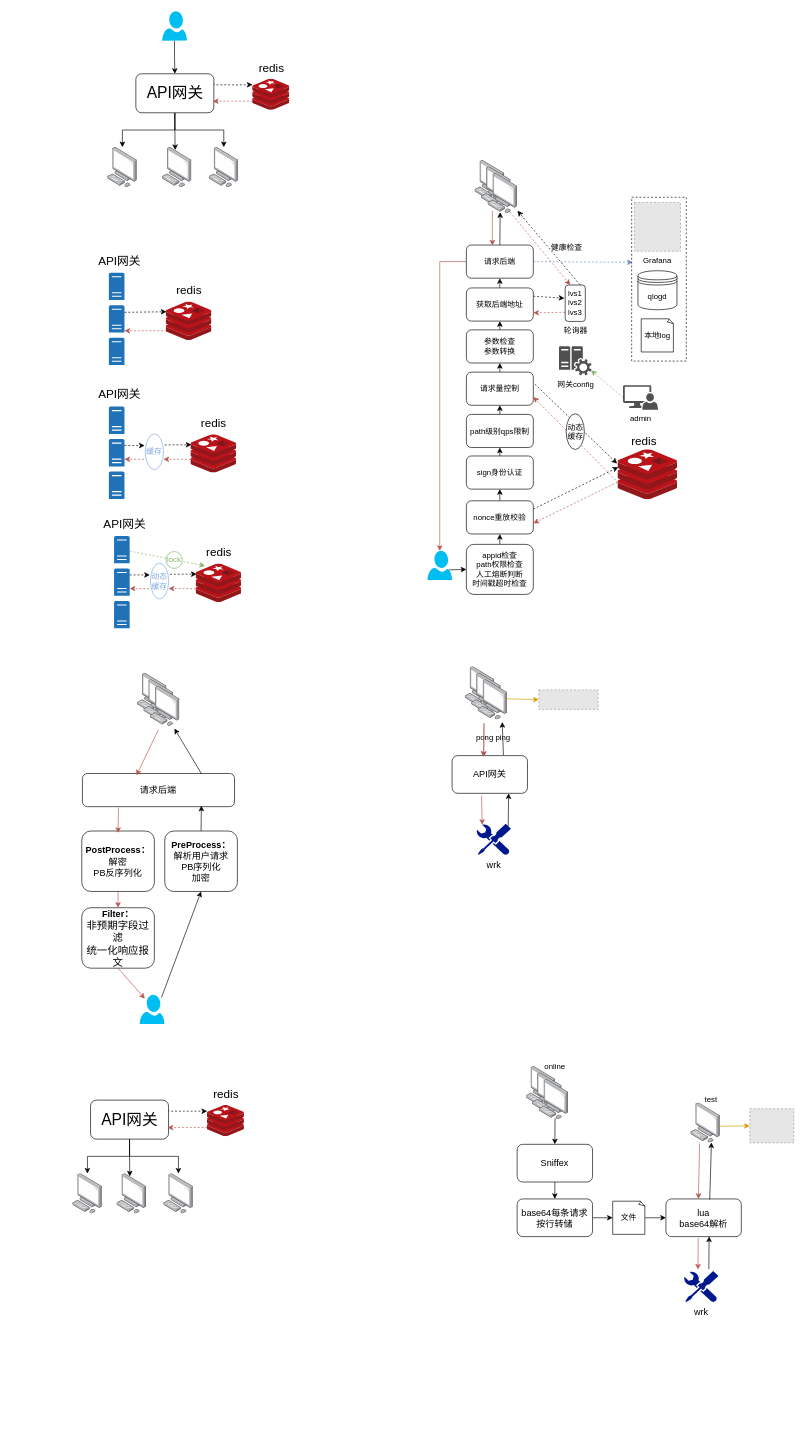
Above: Untitled Diagram.drawio in fanfan520-debug/helloworld (draw.io), before the change. Source tidied: cells renumbered, new cells numbered last; positions are measured from the earlier drawing's top-left corner, leaving out a move shared by most shapes. Both pictures are drawn from the tidied source at 65%, with x=0, y=0 at pixel (72, 11). Pictures stored in the file or linked from it are replaced by grey dashed boxes.
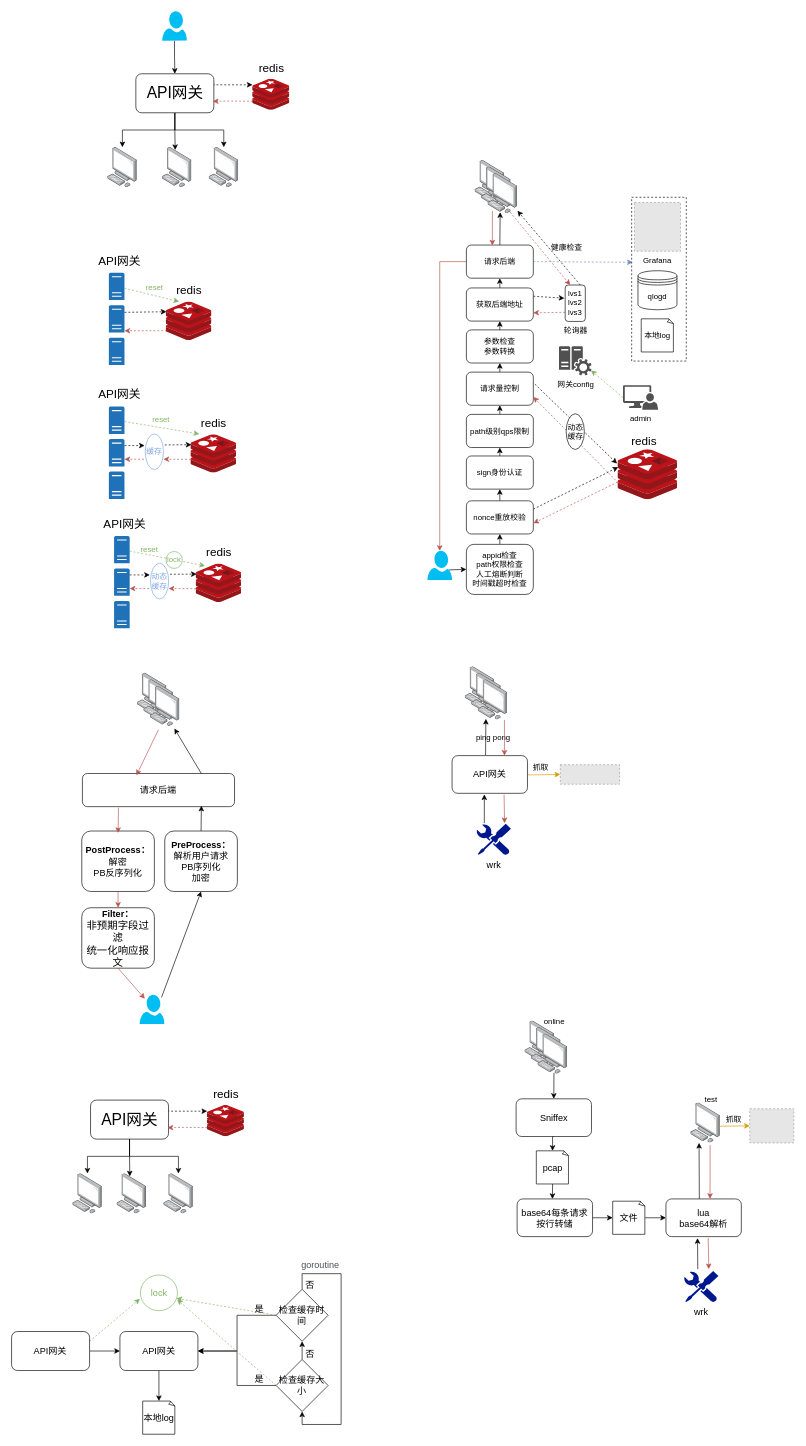
The same page after the edit.

The change refers to these unchanged cells:
```xml
<mxCell id="15" style="shadow=0;dashed=0;html=1;strokeColor=none;labelPosition=center;verticalLabelPosition=bottom;verticalAlign=top;outlineConnect=0;align=center;shape=mxgraph.office.servers.physical_host;fillColor=#2072B8;" parent="1" vertex="1">
  <mxGeometry x="56" y="608" width="24" height="42" as="geometry" />
</mxCell>
<mxCell id="18" style="html=1;points=[];align=center;image;fontSize=12;image=img/lib/mscae/Cache_Redis_Product.svg;" parent="1" vertex="1">
  <mxGeometry x="182" y="651" width="70.2" height="59" as="geometry" />
</mxCell>
<mxCell id="21" style="shadow=0;dashed=0;html=1;strokeColor=none;labelPosition=center;verticalLabelPosition=bottom;verticalAlign=top;outlineConnect=0;align=center;shape=mxgraph.office.servers.physical_host;fillColor=#2072B8;" parent="1" vertex="1">
  <mxGeometry x="56" y="402" width="24" height="42" as="geometry" />
</mxCell>
<mxCell id="24" style="html=1;points=[];align=center;image;fontSize=12;image=img/lib/mscae/Cache_Redis_Product.svg;" parent="1" vertex="1">
  <mxGeometry x="144" y="447" width="70.2" height="59" as="geometry" />
</mxCell>
<mxCell id="124" value="&lt;font style=&quot;font-size: 14px&quot;&gt;API网关&lt;/font&gt;" style="rounded=1;whiteSpace=wrap;html=1;" parent="1" vertex="1">
  <mxGeometry x="584" y="1145" width="116" height="58" as="geometry" />
</mxCell>
<mxCell id="126" value="&lt;font style=&quot;font-size: 14px&quot;&gt;wrk&lt;/font&gt;" style="shadow=0;dashed=0;html=1;strokeColor=none;labelPosition=center;verticalLabelPosition=bottom;verticalAlign=top;align=center;fillColor=#00188D;shape=mxgraph.mscae.enterprise.tool;rounded=0;glass=0;sketch=0;" parent="1" vertex="1">
  <mxGeometry x="621.3" y="1250" width="53.3" height="48" as="geometry" />
</mxCell>
<mxCell id="137" value="&lt;span style=&quot;font-size: 14px&quot;&gt;base64每条请求按行转储&lt;br&gt;&lt;/span&gt;" style="rounded=1;whiteSpace=wrap;html=1;" parent="1" vertex="1">
  <mxGeometry x="684.1" y="1827" width="116" height="58" as="geometry" />
</mxCell>
<mxCell id="140" style="points=[];html=1;align=center;shadow=0;dashed=0;image;image=img/lib/allied_telesis/computer_and_terminals/Personal_Computer.svg;" parent="1" vertex="1">
  <mxGeometry x="951" y="1679" width="45.6" height="61.8" as="geometry" />
</mxCell>
<mxCell id="141" value="&lt;font style=&quot;font-size: 14px&quot;&gt;wrk&lt;/font&gt;" style="shadow=0;dashed=0;html=1;strokeColor=none;labelPosition=center;verticalLabelPosition=bottom;verticalAlign=top;align=center;fillColor=#00188D;shape=mxgraph.mscae.enterprise.tool;rounded=0;glass=0;sketch=0;" parent="1" vertex="1">
  <mxGeometry x="940.5" y="1938" width="53.3" height="48" as="geometry" />
</mxCell>
<mxCell id="142" value="&lt;span style=&quot;font-size: 14px&quot;&gt;lua&lt;br&gt;&lt;/span&gt;&lt;span style=&quot;font-size: 14px&quot;&gt;base64解析&lt;/span&gt;&lt;span style=&quot;font-size: 14px&quot;&gt;&lt;br&gt;&lt;/span&gt;" style="rounded=1;whiteSpace=wrap;html=1;" parent="1" vertex="1">
  <mxGeometry x="913" y="1827" width="116" height="58" as="geometry" />
</mxCell>
```

Change to the diagram source:
```diff
@@
-    <mxCell id="120" value="&lt;br&gt;pong ping" style="points=[];html=1;align=center;shadow=0;dashed=0;image;image=img/lib/allied_telesis/computer_and_terminals/Personal_Computer.svg;" parent="1" vertex="1">
+    <mxCell id="120" value="&lt;br&gt;ping pong" style="points=[];html=1;align=center;shadow=0;dashed=0;image;image=img/lib/allied_telesis/computer_and_terminals/Personal_Computer.svg;" parent="1" vertex="1">
       <mxGeometry x="623.8" y="1028" width="45.6" height="61.8" as="geometry" />
     </mxCell>
-    <mxCell id="121" style="edgeStyle=none;rounded=0;jettySize=auto;html=1;exitX=0.681;exitY=-0.006;exitDx=0;exitDy=0;entryX=0.819;entryY=1.057;entryDx=0;entryDy=0;entryPerimeter=0;exitPerimeter=0;" parent="1" edge="1" source="124" target="120">
+    <mxCell id="121" style="edgeStyle=none;rounded=0;jettySize=auto;html=1;exitX=0.444;exitY=-0.015;exitDx=0;exitDy=0;exitPerimeter=0;entryX=0.268;entryY=0.978;entryDx=0;entryDy=0;entryPerimeter=0;" parent="1" edge="1" source="124" target="120">
       <mxGeometry relative="1" as="geometry" />
     </mxCell>
-    <mxCell id="122" style="rounded=0;jettySize=auto;html=1;entryX=0.418;entryY=0.034;entryDx=0;entryDy=0;fillColor=#f8cecc;strokeColor=#b85450;entryPerimeter=0;exitX=0.206;exitY=1.088;exitDx=0;exitDy=0;exitPerimeter=0;" parent="1" edge="1" source="120" target="124">
-      <mxGeometry relative="1" as="geometry" />
-    </mxCell>
-    <mxCell id="123" style="edgeStyle=none;rounded=0;jettySize=auto;html=1;exitX=0.965;exitY=0.479;exitDx=0;exitDy=0;entryX=0;entryY=0.5;entryDx=0;entryDy=0;fillColor=#ffe6cc;strokeColor=#d79b00;exitPerimeter=0;" parent="1" edge="1" source="120" target="129">
-      <mxGeometry relative="1" as="geometry" />
+    <mxCell id="123" style="edgeStyle=none;rounded=0;jettySize=auto;html=1;exitX=0.965;exitY=0.479;exitDx=0;exitDy=0;entryX=0;entryY=0.5;entryDx=0;entryDy=0;fillColor=#ffe6cc;strokeColor=#d79b00;exitPerimeter=0;" parent="1" edge="1" target="129">
+      <mxGeometry relative="1" as="geometry">
+        <mxPoint x="700" y="1174.7" as="sourcePoint" />
+      </mxGeometry>
     </mxCell>
@@
-    <mxCell id="125" style="edgeStyle=none;rounded=0;jettySize=auto;html=1;exitX=0.92;exitY=0.075;exitDx=0;exitDy=0;exitPerimeter=0;" parent="1" edge="1" source="126">
-      <mxGeometry relative="1" as="geometry">
-        <mxPoint x="671" y="1203" as="targetPoint" />
-      </mxGeometry>
+    <mxCell id="125" style="edgeStyle=none;rounded=0;jettySize=auto;html=1;exitX=0.231;exitY=-0.024;exitDx=0;exitDy=0;exitPerimeter=0;entryX=0.428;entryY=1.028;entryDx=0;entryDy=0;entryPerimeter=0;" parent="1" edge="1" source="126" target="124">
+      <mxGeometry relative="1" as="geometry" />
     </mxCell>
@@
-    <mxCell id="127" style="rounded=0;orthogonalLoop=1;jettySize=auto;html=1;entryX=0.418;entryY=0.034;entryDx=0;entryDy=0;fillColor=#f8cecc;strokeColor=#b85450;entryPerimeter=0;exitX=0.206;exitY=1.088;exitDx=0;exitDy=0;exitPerimeter=0;" parent="1" edge="1">
+    <mxCell id="127" style="rounded=0;jettySize=auto;html=1;entryX=0.418;entryY=0.034;entryDx=0;entryDy=0;fillColor=#f8cecc;strokeColor=#b85450;entryPerimeter=0;exitX=0.894;exitY=1.003;exitDx=0;exitDy=0;exitPerimeter=0;" parent="1" edge="1" source="120">
       <mxGeometry relative="1" as="geometry">
-        <mxPoint x="633.2" y="1095.2" as="sourcePoint" />
-        <mxPoint x="632.5" y="1147" as="targetPoint" />
+        <mxPoint x="664.6" y="1145" as="targetPoint" />
       </mxGeometry>
     </mxCell>
-    <mxCell id="128" style="rounded=0;jettySize=auto;html=1;entryX=0.17;entryY=0.03;entryDx=0;entryDy=0;fillColor=#f8cecc;strokeColor=#b85450;entryPerimeter=0;exitX=0.391;exitY=1.062;exitDx=0;exitDy=0;exitPerimeter=0;" parent="1" edge="1" source="124" target="126">
-      <mxGeometry relative="1" as="geometry" />
+    <mxCell id="128" style="rounded=0;jettySize=auto;html=1;entryX=0.816;entryY=-0.024;entryDx=0;entryDy=0;fillColor=#f8cecc;strokeColor=#b85450;entryPerimeter=0;" parent="1" edge="1" target="126">
+      <mxGeometry relative="1" as="geometry">
+        <mxPoint x="664" y="1205" as="sourcePoint" />
+      </mxGeometry>
     </mxCell>
     <mxCell id="129" style="fillColor=#E6E6E6;strokeColor=#999999;dashed=1;verticalLabelPosition=bottom;labelBackgroundColor=#ffffff;verticalAlign=top;" parent="1" vertex="1">
-      <mxGeometry x="717.5" y="1043.9" width="91.2" height="30" as="geometry" />
+      <mxGeometry x="750.5" y="1159" width="91.2" height="30" as="geometry" />
     </mxCell>
     <mxCell id="130" style="html=1;align=center;shadow=0;dashed=0;image;image=img/lib/allied_telesis/computer_and_terminals/Personal_Computer.svg;" parent="1" vertex="1">
-      <mxGeometry x="697.5" y="1623" width="45.6" height="61.8" as="geometry" />
+      <mxGeometry x="695.8" y="1553" width="45.6" height="61.8" as="geometry" />
     </mxCell>
     <mxCell id="131" style="html=1;align=center;shadow=0;dashed=0;image;image=img/lib/allied_telesis/computer_and_terminals/Personal_Computer.svg;" parent="1" vertex="1">
-      <mxGeometry x="707.5" y="1633" width="45.6" height="61.8" as="geometry" />
+      <mxGeometry x="705.8" y="1563" width="45.6" height="61.8" as="geometry" />
     </mxCell>
     <mxCell id="132" style="points=[];html=1;align=center;shadow=0;dashed=0;image;image=img/lib/allied_telesis/computer_and_terminals/Personal_Computer.svg;" parent="1" vertex="1">
-      <mxGeometry x="717.5" y="1643" width="45.6" height="61.8" as="geometry" />
+      <mxGeometry x="715.8" y="1573" width="45.6" height="61.8" as="geometry" />
     </mxCell>
-    <mxCell id="133" style="edgeStyle=none;rounded=0;jettySize=auto;html=1;exitX=0.5;exitY=1;exitDx=0;exitDy=0;entryX=0.5;entryY=0;entryDx=0;entryDy=0;" parent="1" edge="1" source="134" target="137">
-      <mxGeometry relative="1" as="geometry" />
-    </mxCell>
+    <mxCell id="151" style="edgeStyle=orthogonalEdgeStyle;rounded=0;jettySize=auto;html=1;exitX=0.5;exitY=1;exitDx=0;exitDy=0;entryX=0.5;entryY=0;entryDx=0;entryDy=0;entryPerimeter=0;fontColor=#000000;strokeColor=#000000;" parent="1" edge="1" source="134" target="160">
+      <mxGeometry relative="1" as="geometry" />
+    </mxCell>
     <mxCell id="134" value="&lt;span style=&quot;font-size: 14px&quot;&gt;Sniffex&lt;/span&gt;" style="rounded=1;whiteSpace=wrap;html=1;" parent="1" vertex="1">
-      <mxGeometry x="684.1" y="1743" width="116" height="58" as="geometry" />
+      <mxGeometry x="682.5" y="1673" width="116" height="58" as="geometry" />
     </mxCell>
@@
-    <mxCell id="139" value="文件" style="whiteSpace=wrap;html=1;shape=mxgraph.basic.document;" parent="1" vertex="1">
+    <mxCell id="139" value="&lt;font style=&quot;font-size: 14px&quot;&gt;文件&lt;/font&gt;" style="whiteSpace=wrap;html=1;shape=mxgraph.basic.document;" parent="1" vertex="1">
       <mxGeometry x="831.1" y="1830.5" width="50" height="51" as="geometry" />
     </mxCell>
@@
-    <mxCell id="143" style="edgeStyle=none;rounded=0;jettySize=auto;html=1;entryX=0.573;entryY=0.994;entryDx=0;entryDy=0;entryPerimeter=0;" parent="1" edge="1" target="142">
+    <mxCell id="143" style="edgeStyle=none;rounded=0;jettySize=auto;html=1;entryX=0.419;entryY=1.04;entryDx=0;entryDy=0;entryPerimeter=0;" parent="1" edge="1" target="142">
       <mxGeometry relative="1" as="geometry">
-        <mxPoint x="979" y="1935" as="sourcePoint" />
+        <mxPoint x="962" y="1935" as="sourcePoint" />
       </mxGeometry>
     </mxCell>
-    <mxCell id="144" style="edgeStyle=none;rounded=0;jettySize=auto;html=1;exitX=0.581;exitY=0.017;exitDx=0;exitDy=0;exitPerimeter=0;entryX=0.702;entryY=0.988;entryDx=0;entryDy=0;entryPerimeter=0;" parent="1" edge="1" source="142" target="140">
+    <mxCell id="144" style="edgeStyle=none;rounded=0;jettySize=auto;html=1;exitX=0.443;exitY=-0.001;exitDx=0;exitDy=0;exitPerimeter=0;entryX=0.285;entryY=1;entryDx=0;entryDy=0;entryPerimeter=0;" parent="1" edge="1" source="142" target="140">
       <mxGeometry relative="1" as="geometry" />
     </mxCell>
-    <mxCell id="145" style="edgeStyle=none;rounded=0;jettySize=auto;html=1;exitX=0.304;exitY=1.012;exitDx=0;exitDy=0;exitPerimeter=0;fillColor=#f8cecc;strokeColor=#b85450;fontStyle=1;" parent="1" edge="1" source="140">
+    <mxCell id="145" style="edgeStyle=none;rounded=0;jettySize=auto;html=1;fillColor=#f8cecc;strokeColor=#b85450;fontStyle=1;entryX=0.585;entryY=-0.001;entryDx=0;entryDy=0;entryPerimeter=0;" parent="1" edge="1" target="142">
       <mxGeometry relative="1" as="geometry">
-        <mxPoint x="963" y="1827" as="targetPoint" />
+        <mxPoint x="981" y="1744" as="sourcePoint" />
       </mxGeometry>
     </mxCell>
-    <mxCell id="146" style="edgeStyle=none;rounded=0;jettySize=auto;html=1;exitX=0.428;exitY=1.034;exitDx=0;exitDy=0;exitPerimeter=0;fillColor=#f8cecc;strokeColor=#b85450;entryX=0.41;entryY=-0.048;entryDx=0;entryDy=0;entryPerimeter=0;" parent="1" edge="1" source="142" target="141">
-      <mxGeometry relative="1" as="geometry" />
+    <mxCell id="146" style="edgeStyle=none;rounded=0;orthogonalLoop=1;jettySize=auto;html=1;fillColor=#f8cecc;strokeColor=#b85450;" parent="1" edge="1">
+      <mxGeometry relative="1" as="geometry">
+        <mxPoint x="978" y="1887" as="sourcePoint" />
+        <mxPoint x="979" y="1935" as="targetPoint" />
+      </mxGeometry>
     </mxCell>
@@
     <mxCell id="149" value="online" style="text;html=1;align=center;verticalAlign=middle;strokeColor=none;" parent="1" vertex="1">
-      <mxGeometry x="721.1" y="1615" width="42" height="18" as="geometry" />
+      <mxGeometry x="719.5" y="1545" width="42" height="18" as="geometry" />
     </mxCell>
-    <mxCell id="150" value="test" style="text;html=1;align=center;verticalAlign=middle;strokeColor=none;" parent="1" vertex="1">
+    <mxCell id="150" value="&lt;font style=&quot;font-size: 12px&quot;&gt;test&lt;/font&gt;" style="text;html=1;align=center;verticalAlign=middle;strokeColor=none;" parent="1" vertex="1">
       <mxGeometry x="967.6" y="1664.9" width="29" height="18" as="geometry" />
     </mxCell>
+    <mxCell id="152" style="endArrow=classic;html=1;dashed=1;entryX=0.286;entryY=-0.009;entryDx=0;entryDy=0;entryPerimeter=0;strokeColor=#82B366;" parent="1" edge="1" source="21" target="24">
+      <mxGeometry relative="1" as="geometry" />
+    </mxCell>
+    <mxCell id="153" value="&lt;font color=&quot;#82b366&quot;&gt;reset&lt;/font&gt;" style="text;html=1;align=center;verticalAlign=middle;strokeColor=none;fillColor=none;rotation=0;" parent="1" vertex="1">
+      <mxGeometry x="107.5" y="416" width="37" height="18" as="geometry" />
+    </mxCell>
+    <mxCell id="154" style="endArrow=classic;html=1;dashed=1;entryX=0.187;entryY=-0.014;entryDx=0;entryDy=0;entryPerimeter=0;strokeColor=#82B366;" parent="1" edge="1" source="15" target="18">
+      <mxGeometry relative="1" as="geometry" />
+    </mxCell>
+    <mxCell id="155" value="&lt;font color=&quot;#82b366&quot;&gt;reset&lt;/font&gt;" style="text;html=1;align=center;verticalAlign=middle;strokeColor=none;fillColor=none;rotation=0;" parent="1" vertex="1">
+      <mxGeometry x="117.6" y="620" width="37" height="18" as="geometry" />
+    </mxCell>
+    <mxCell id="156" value="&lt;font color=&quot;#82b366&quot;&gt;reset&lt;/font&gt;" style="text;html=1;align=center;verticalAlign=middle;strokeColor=none;fillColor=none;rotation=0;" parent="1" vertex="1">
+      <mxGeometry x="99.6" y="819" width="37" height="18" as="geometry" />
+    </mxCell>
+    <mxCell id="157" value="&lt;font color=&quot;#000000&quot;&gt;抓取&lt;/font&gt;" style="text;html=1;align=center;verticalAlign=middle;strokeColor=none;fillColor=none;fontColor=#82B366;" parent="1" vertex="1">
+      <mxGeometry x="703.3" y="1154.5" width="34" height="18" as="geometry" />
+    </mxCell>
+    <mxCell id="158" value="抓取" style="text;html=1;align=center;verticalAlign=middle;strokeColor=none;fillColor=none;fontColor=#000000;" parent="1" vertex="1">
+      <mxGeometry x="1000" y="1696" width="34" height="18" as="geometry" />
+    </mxCell>
+    <mxCell id="159" style="edgeStyle=orthogonalEdgeStyle;rounded=0;jettySize=auto;html=1;exitX=0.5;exitY=1;exitDx=0;exitDy=0;exitPerimeter=0;entryX=0.468;entryY=0;entryDx=0;entryDy=0;entryPerimeter=0;fontColor=#000000;strokeColor=#000000;" parent="1" edge="1" source="160" target="137">
+      <mxGeometry relative="1" as="geometry" />
+    </mxCell>
+    <mxCell id="160" value="&lt;font style=&quot;font-size: 14px&quot;&gt;pcap&lt;/font&gt;" style="whiteSpace=wrap;html=1;shape=mxgraph.basic.document;" parent="1" vertex="1">
+      <mxGeometry x="713.6" y="1753" width="50" height="51" as="geometry" />
+    </mxCell>
+    <mxCell id="161" style="edgeStyle=orthogonalEdgeStyle;rounded=0;jettySize=auto;html=1;exitX=1;exitY=0.5;exitDx=0;exitDy=0;entryX=0;entryY=0.5;entryDx=0;entryDy=0;fontSize=14;fontColor=#000000;strokeColor=#000000;" parent="1" edge="1" source="163" target="165">
+      <mxGeometry relative="1" as="geometry" />
+    </mxCell>
+    <mxCell id="162" style="rounded=0;jettySize=auto;html=1;exitX=1;exitY=0.25;exitDx=0;exitDy=0;entryX=-0.012;entryY=0.669;entryDx=0;entryDy=0;entryPerimeter=0;fontSize=14;fontColor=#82B366;strokeColor=#82B366;dashed=1;" parent="1" edge="1" source="163" target="180">
+      <mxGeometry relative="1" as="geometry" />
+    </mxCell>
+    <mxCell id="163" value="&lt;font style=&quot;font-size: 14px&quot;&gt;API网关&lt;/font&gt;" style="rounded=1;whiteSpace=wrap;html=1;" parent="1" vertex="1">
+      <mxGeometry x="-93.7" y="2031" width="120" height="60" as="geometry" />
+    </mxCell>
+    <mxCell id="164" style="edgeStyle=orthogonalEdgeStyle;rounded=0;jettySize=auto;html=1;exitX=0.5;exitY=1;exitDx=0;exitDy=0;entryX=0.5;entryY=0;entryDx=0;entryDy=0;entryPerimeter=0;fontSize=14;fontColor=#000000;strokeColor=#000000;" parent="1" edge="1" source="165" target="166">
+      <mxGeometry relative="1" as="geometry" />
+    </mxCell>
+    <mxCell id="165" value="&lt;font style=&quot;font-size: 14px&quot;&gt;API网关&lt;/font&gt;" style="rounded=1;whiteSpace=wrap;html=1;" parent="1" vertex="1">
+      <mxGeometry x="73" y="2031" width="120" height="60" as="geometry" />
+    </mxCell>
+    <mxCell id="166" value="&lt;font style=&quot;font-size: 14px&quot;&gt;本地log&lt;/font&gt;" style="whiteSpace=wrap;html=1;shape=mxgraph.basic.document;" parent="1" vertex="1">
+      <mxGeometry x="108" y="2138" width="50" height="51" as="geometry" />
+    </mxCell>
+    <mxCell id="167" style="edgeStyle=orthogonalEdgeStyle;rounded=0;jettySize=auto;html=1;exitX=0;exitY=0.5;exitDx=0;exitDy=0;entryX=1;entryY=0.5;entryDx=0;entryDy=0;fontSize=14;fontColor=#000000;strokeColor=#000000;" parent="1" edge="1" source="170" target="165">
+      <mxGeometry relative="1" as="geometry" />
+    </mxCell>
+    <mxCell id="168" style="edgeStyle=orthogonalEdgeStyle;rounded=0;jettySize=auto;html=1;exitX=0.5;exitY=0;exitDx=0;exitDy=0;entryX=0.5;entryY=1;entryDx=0;entryDy=0;fontSize=14;fontColor=#000000;strokeColor=#000000;" parent="1" edge="1" source="170" target="174">
+      <mxGeometry relative="1" as="geometry">
+        <Array as="points">
+          <mxPoint x="353.3" y="1942" />
+          <mxPoint x="413.3" y="1942" />
+          <mxPoint x="413.3" y="2174" />
+          <mxPoint x="353.3" y="2174" />
+        </Array>
+      </mxGeometry>
+    </mxCell>
+    <mxCell id="169" style="edgeStyle=none;rounded=0;jettySize=auto;html=1;exitX=0;exitY=0.5;exitDx=0;exitDy=0;entryX=0.974;entryY=0.653;entryDx=0;entryDy=0;entryPerimeter=0;fontSize=14;fontColor=#82B366;strokeColor=#82B366;dashed=1;" parent="1" edge="1" source="170" target="180">
+      <mxGeometry relative="1" as="geometry" />
+    </mxCell>
+    <mxCell id="170" value="&lt;font style=&quot;font-size: 14px&quot;&gt;检查缓存时间&lt;/font&gt;" style="rhombus;whiteSpace=wrap;html=1;fontSize=12;fontColor=#000000;" parent="1" vertex="1">
+      <mxGeometry x="313.3" y="1966" width="80" height="80" as="geometry" />
+    </mxCell>
+    <mxCell id="171" style="edgeStyle=orthogonalEdgeStyle;rounded=0;jettySize=auto;html=1;exitX=0.5;exitY=0;exitDx=0;exitDy=0;entryX=0.5;entryY=1;entryDx=0;entryDy=0;fontSize=14;fontColor=#000000;strokeColor=#000000;" parent="1" edge="1" source="174" target="170">
+      <mxGeometry relative="1" as="geometry" />
+    </mxCell>
+    <mxCell id="172" style="edgeStyle=orthogonalEdgeStyle;rounded=0;jettySize=auto;html=1;exitX=0;exitY=0.5;exitDx=0;exitDy=0;entryX=1;entryY=0.5;entryDx=0;entryDy=0;fontSize=14;fontColor=#000000;strokeColor=#000000;" parent="1" edge="1" source="174" target="165">
+      <mxGeometry relative="1" as="geometry" />
+    </mxCell>
+    <mxCell id="173" style="edgeStyle=none;rounded=0;jettySize=auto;html=1;exitX=0;exitY=0.5;exitDx=0;exitDy=0;entryX=0.991;entryY=0.687;entryDx=0;entryDy=0;entryPerimeter=0;dashed=1;fontSize=14;fontColor=#82B366;strokeColor=#82B366;" parent="1" edge="1" source="174" target="180">
+      <mxGeometry relative="1" as="geometry" />
+    </mxCell>
+    <mxCell id="174" value="&lt;font style=&quot;font-size: 14px&quot;&gt;检查缓存大小&lt;/font&gt;" style="rhombus;whiteSpace=wrap;html=1;fontSize=12;fontColor=#000000;" parent="1" vertex="1">
+      <mxGeometry x="313.3" y="2074" width="80" height="80" as="geometry" />
+    </mxCell>
+    <mxCell id="175" value="否" style="text;html=1;align=center;verticalAlign=middle;strokeColor=none;fillColor=none;fontSize=14;fontColor=#000000;" parent="1" vertex="1">
+      <mxGeometry x="353.3" y="2054" width="24" height="21" as="geometry" />
+    </mxCell>
+    <mxCell id="176" value="否" style="text;html=1;align=center;verticalAlign=middle;strokeColor=none;fillColor=none;fontSize=14;fontColor=#000000;" parent="1" vertex="1">
+      <mxGeometry x="353.3" y="1949" width="24" height="21" as="geometry" />
+    </mxCell>
+    <mxCell id="177" value="&lt;span style=&quot;color: rgb(77 , 81 , 86) ; font-family: &amp;#34;arial&amp;#34; , sans-serif ; text-align: left&quot;&gt;goroutine&lt;/span&gt;" style="text;html=1;align=center;verticalAlign=middle;strokeColor=none;fillColor=none;fontSize=14;fontColor=#000000;" parent="1" vertex="1">
+      <mxGeometry x="347.3" y="1918" width="68" height="21" as="geometry" />
+    </mxCell>
+    <mxCell id="178" value="是" style="text;html=1;align=center;verticalAlign=middle;strokeColor=none;fillColor=none;fontSize=14;fontColor=#000000;" parent="1" vertex="1">
+      <mxGeometry x="275.3" y="1985" width="24" height="21" as="geometry" />
+    </mxCell>
+    <mxCell id="179" value="是" style="text;html=1;align=center;verticalAlign=middle;strokeColor=none;fillColor=none;fontSize=14;fontColor=#000000;" parent="1" vertex="1">
+      <mxGeometry x="275.3" y="2093" width="24" height="21" as="geometry" />
+    </mxCell>
+    <mxCell id="180" value="&lt;font color=&quot;#82b366&quot;&gt;lock&lt;/font&gt;" style="ellipse;whiteSpace=wrap;html=1;fontSize=14;fontColor=#000000;strokeColor=#82B366;" parent="1" vertex="1">
+      <mxGeometry x="104.5" y="1944" width="57" height="55" as="geometry" />
+    </mxCell>
```
